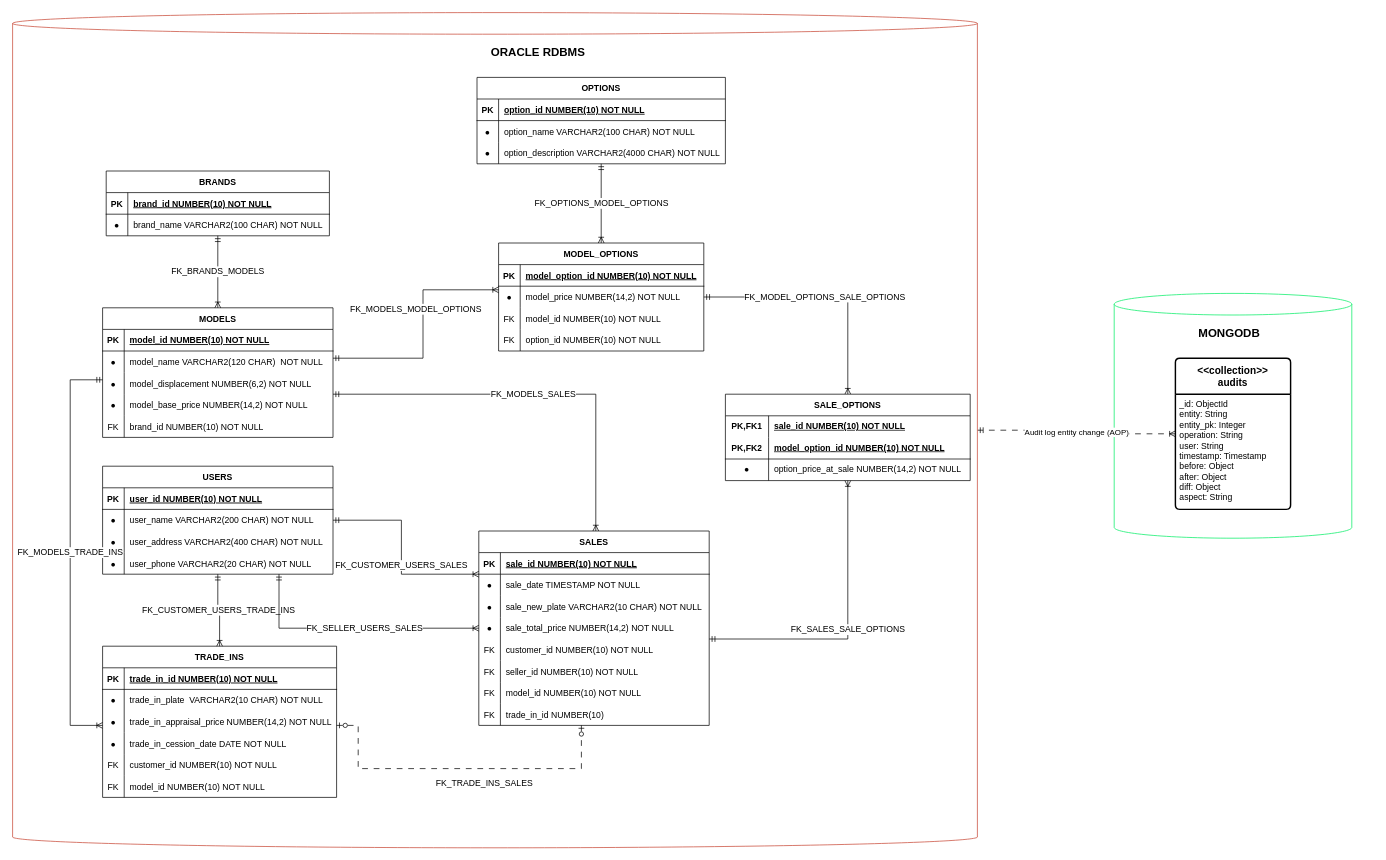
Before: diagrams/motorledger_db_architecture_diagram.drawio in MotorLedger/MotorLedgerDesign, a draw.io diagram. Source tidied: cells renumbered, new cells numbered last; positions are measured from the earlier drawing's top-left corner, leaving out a move shared by most shapes. Both pictures are drawn from the tidied source at 72%, with x=0, y=0 at pixel (12, 12).
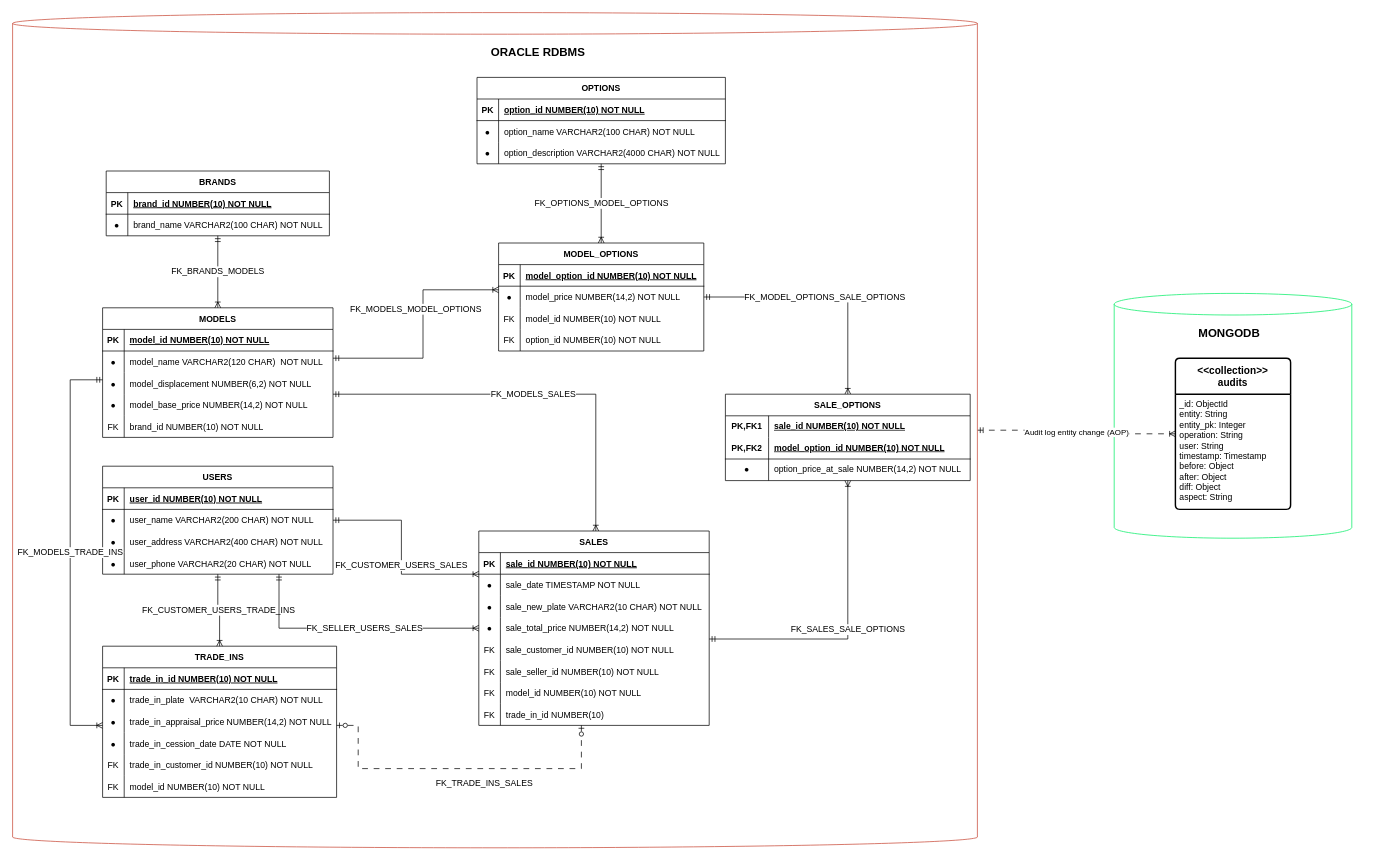
Above is the later version.

Commit message (it also covers changes not shown here):
maintain database architecture diagram

The change refers to these unchanged cells:
```xml
<mxCell id="81" style="shape=partialRectangle;fillColor=none;top=0;left=0;right=0;bottom=0;" parent="68" vertex="1">
  <mxGeometry y="150" width="325" height="30" as="geometry" />
</mxCell>
<mxCell id="101" style="shape=partialRectangle;fillColor=none;top=0;left=0;right=0;bottom=0;" parent="88" vertex="1">
  <mxGeometry y="150" width="320" height="30" as="geometry" />
</mxCell>
<mxCell id="104" style="shape=partialRectangle;fillColor=none;top=0;left=0;right=0;bottom=0;" parent="88" vertex="1">
  <mxGeometry y="180" width="320" height="30" as="geometry" />
</mxCell>
```

Diff of the diagram source:
```diff
@@
-    <mxCell id="83" value="customer_id NUMBER(10) NOT NULL" style="shape=partialRectangle;overflow=hidden;fillColor=none;top=0;left=0;bottom=0;right=0;align=left;spacingLeft=6;" parent="81" vertex="1">
+    <mxCell id="83" value="trade_in_customer_id NUMBER(10) NOT NULL" style="shape=partialRectangle;overflow=hidden;fillColor=none;top=0;left=0;bottom=0;right=0;align=left;spacingLeft=6;" parent="81" vertex="1">
       <mxGeometry x="30" width="295" height="30" as="geometry" />
     </mxCell>
@@
-    <mxCell id="103" value="customer_id NUMBER(10) NOT NULL" style="shape=partialRectangle;overflow=hidden;fillColor=none;top=0;left=0;bottom=0;right=0;align=left;spacingLeft=6;" parent="101" vertex="1">
+    <mxCell id="103" value="sale_customer_id NUMBER(10) NOT NULL" style="shape=partialRectangle;overflow=hidden;fillColor=none;top=0;left=0;bottom=0;right=0;align=left;spacingLeft=6;" parent="101" vertex="1">
       <mxGeometry x="30" width="290" height="30" as="geometry" />
     </mxCell>
@@
-    <mxCell id="106" value="seller_id NUMBER(10) NOT NULL" style="shape=partialRectangle;overflow=hidden;fillColor=none;top=0;left=0;bottom=0;right=0;align=left;spacingLeft=6;" parent="104" vertex="1">
+    <mxCell id="106" value="sale_seller_id NUMBER(10) NOT NULL" style="shape=partialRectangle;overflow=hidden;fillColor=none;top=0;left=0;bottom=0;right=0;align=left;spacingLeft=6;" parent="104" vertex="1">
       <mxGeometry x="30" width="290" height="30" as="geometry" />
     </mxCell>
```
